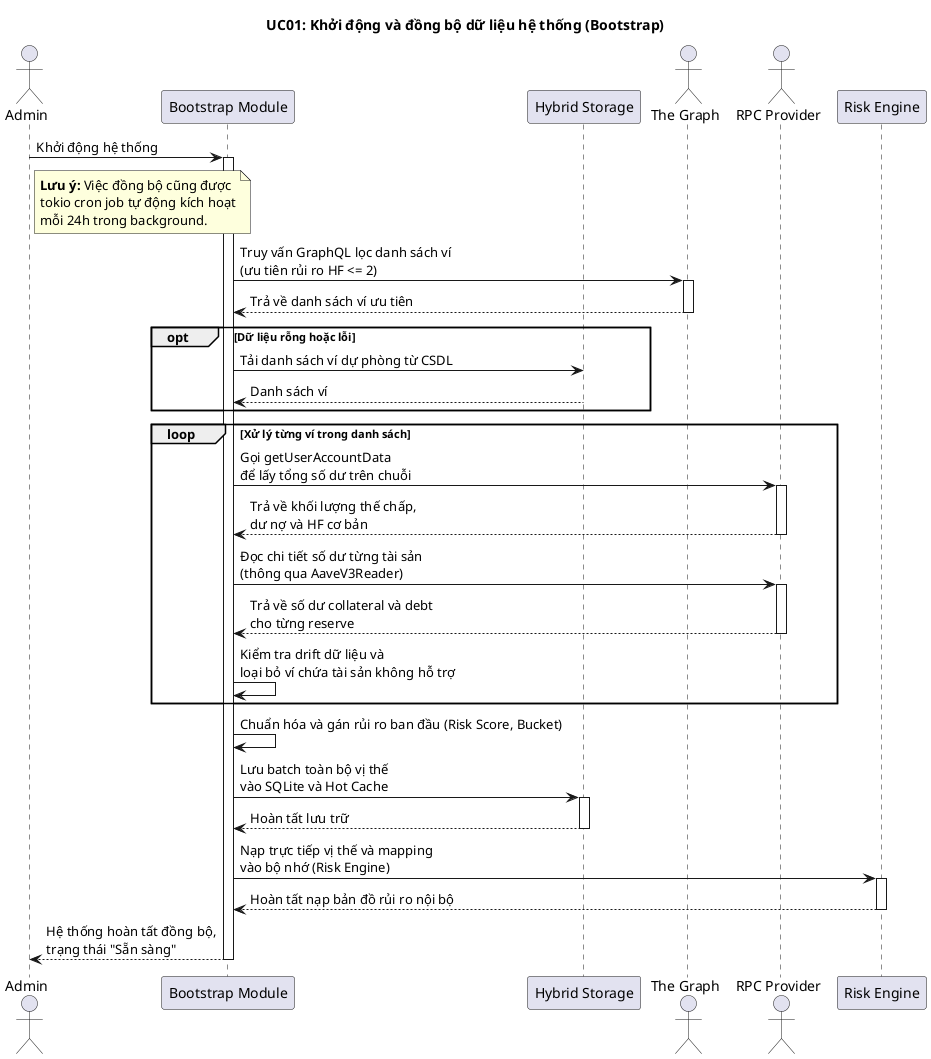
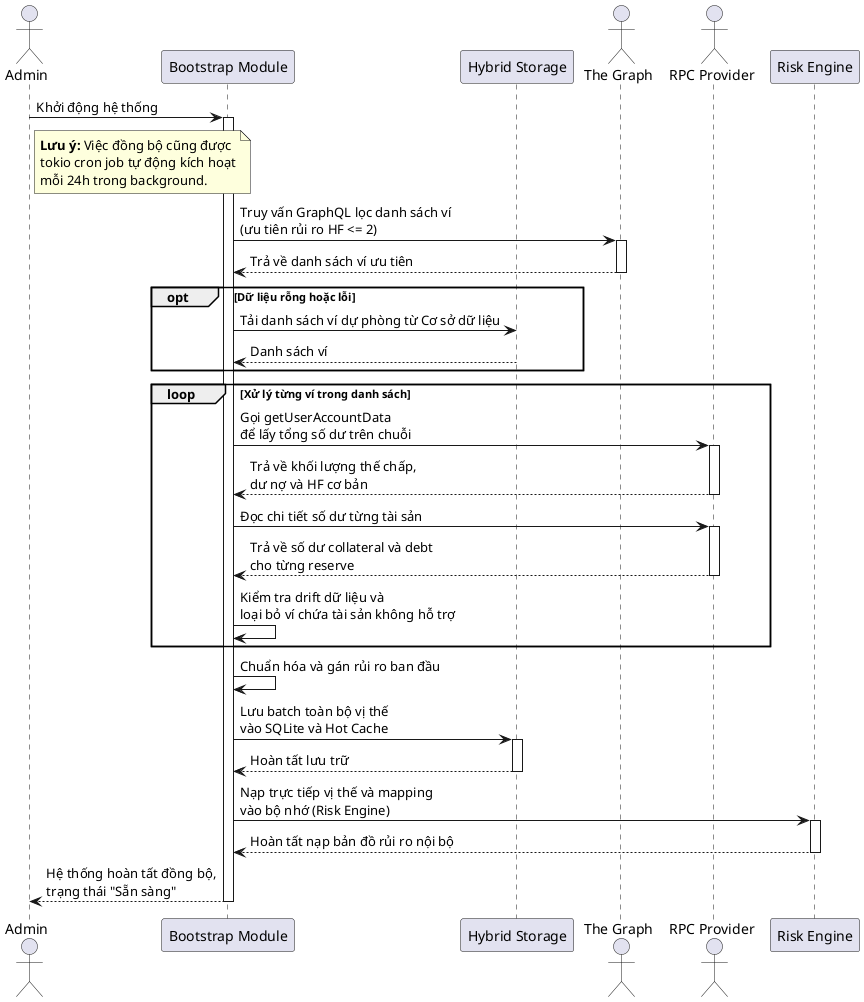
- @startuml
- title UC01: Khởi động và đồng bộ dữ liệu hệ thống (Bootstrap)
+ ﻿@startuml

actor "Admin" as Admin
participant "Bootstrap Module" as Boot
participant "Hybrid Storage" as Storage
actor "The Graph" as Graph
actor "RPC Provider" as RPC
participant "Risk Engine" as RE

Admin -> Boot: Khởi động hệ thống
activate Boot

note right of Admin
  **Lưu ý:** Việc đồng bộ cũng được
  tokio cron job tự động kích hoạt
  mỗi 24h trong background.
end note

Boot -> Graph: Truy vấn GraphQL lọc danh sách ví\n(ưu tiên rủi ro HF <= 2)
activate Graph
Graph --> Boot: Trả về danh sách ví ưu tiên
deactivate Graph

opt Dữ liệu rỗng hoặc lỗi
-     Boot -> Storage: Tải danh sách ví dự phòng từ CSDL
+     Boot -> Storage: Tải danh sách ví dự phòng từ Cơ sở dữ liệu
    Storage --> Boot: Danh sách ví
end

loop Xử lý từng ví trong danh sách
    Boot -> RPC: Gọi getUserAccountData\nđể lấy tổng số dư trên chuỗi
    activate RPC
    RPC --> Boot: Trả về khối lượng thế chấp,\ndư nợ và HF cơ bản
    deactivate RPC

-     Boot -> RPC: Đọc chi tiết số dư từng tài sản\n(thông qua AaveV3Reader)
+     Boot -> RPC: Đọc chi tiết số dư từng tài sản
    activate RPC
    RPC --> Boot: Trả về số dư collateral và debt\ncho từng reserve
    deactivate RPC

    Boot -> Boot: Kiểm tra drift dữ liệu và\nloại bỏ ví chứa tài sản không hỗ trợ
end

- Boot -> Boot: Chuẩn hóa và gán rủi ro ban đầu (Risk Score, Bucket)
+ Boot -> Boot: Chuẩn hóa và gán rủi ro ban đầu

Boot -> Storage: Lưu batch toàn bộ vị thế\nvào SQLite và Hot Cache
activate Storage
Storage --> Boot: Hoàn tất lưu trữ
deactivate Storage

Boot -> RE: Nạp trực tiếp vị thế và mapping\nvào bộ nhớ (Risk Engine)
activate RE
RE --> Boot: Hoàn tất nạp bản đồ rủi ro nội bộ
deactivate RE

Boot --> Admin: Hệ thống hoàn tất đồng bộ,\ntrạng thái "Sẵn sàng"
deactivate Boot

- @enduml
+ @enduml